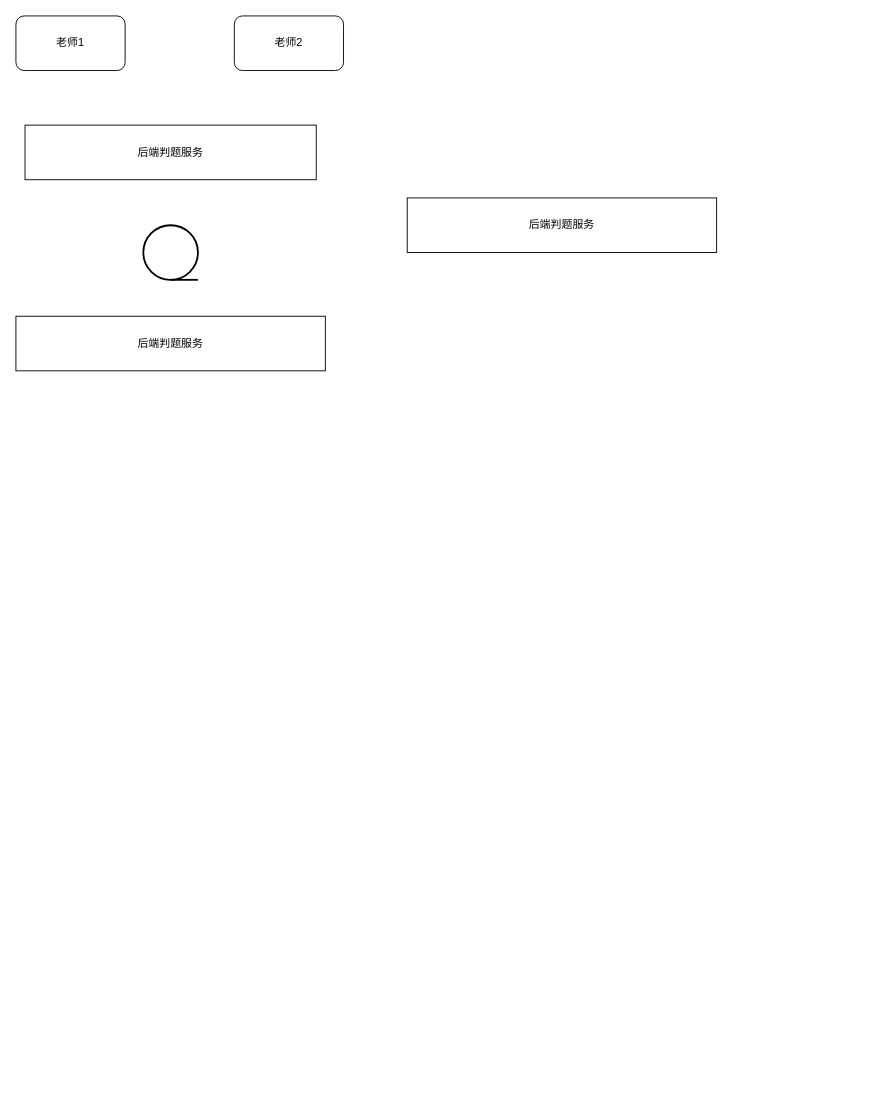
The draw.io diagram scratch后端判题.drawio in xiell2016/hetaoDesign, before the edit. Source tidied: cells renumbered, new cells numbered last; positions are measured from the earlier drawing's top-left corner, leaving out a move shared by most shapes. Both pictures are drawn from the tidied source at 91%, with x=0, y=0 at pixel (15, 15).
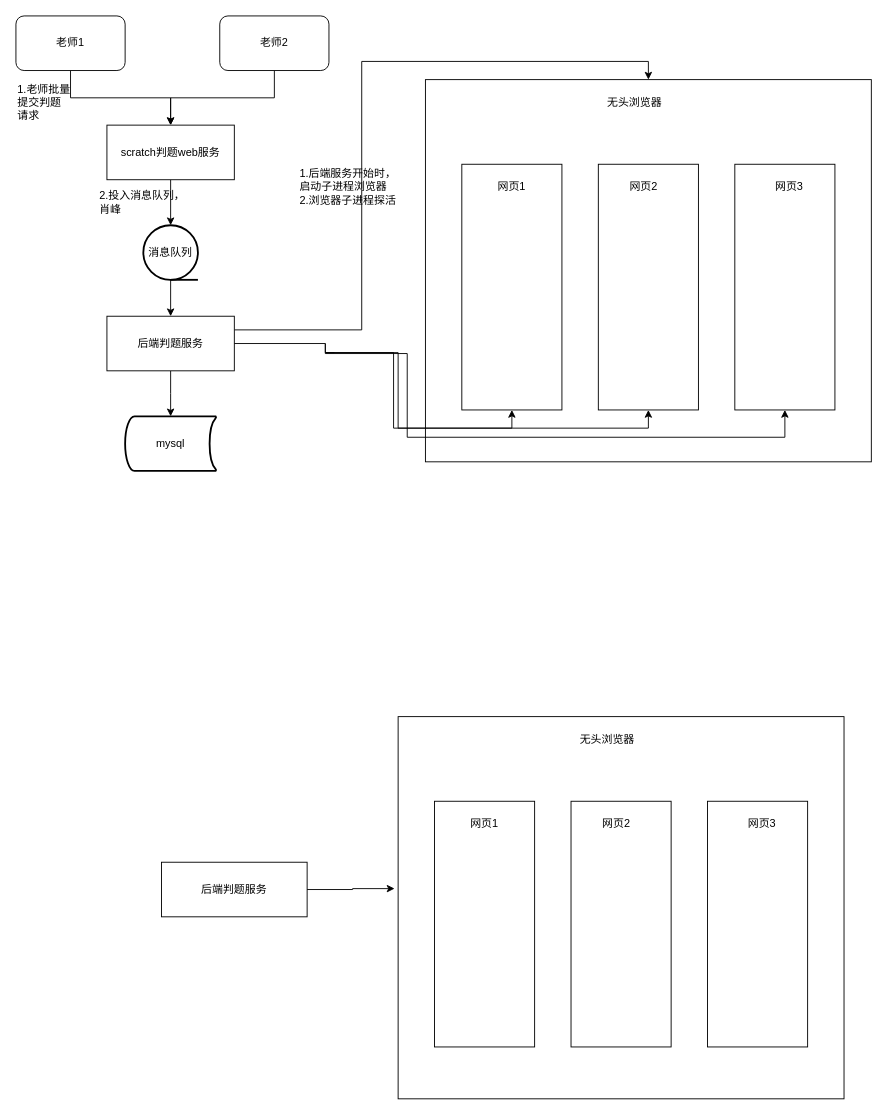
The same diagram, later.

Commit message (it also covers changes not shown here):
更新scratch后端判题.drawio

Unchanged cells that the change refers to:
```xml
<mxCell id="3" value="老师1" style="rounded=1;whiteSpace=wrap;html=1;" parent="1" vertex="1">
  <mxGeometry width="120" height="60" as="geometry" />
</mxCell>
```

The edit, as a diff of the source:
```diff
@@
+    <mxCell id="8" style="edgeStyle=orthogonalEdgeStyle;rounded=0;jettySize=auto;html=1;" parent="1" edge="1" source="2" target="6">
+      <mxGeometry relative="1" as="geometry" />
+    </mxCell>
-    <mxCell id="2" style="strokeWidth=2;html=1;shape=mxgraph.flowchart.sequential_data;whiteSpace=wrap;" parent="1" vertex="1">
+    <mxCell id="2" value="消息队列" style="strokeWidth=2;html=1;shape=mxgraph.flowchart.sequential_data;whiteSpace=wrap;" parent="1" vertex="1">
       <mxGeometry x="140" y="230" width="60" height="60" as="geometry" />
     </mxCell>
+    <mxCell id="9" style="edgeStyle=orthogonalEdgeStyle;rounded=0;jettySize=auto;html=1;exitX=0.5;exitY=1;exitDx=0;exitDy=0;entryX=0.5;entryY=0;entryDx=0;entryDy=0;" parent="1" edge="1" source="3" target="5">
+      <mxGeometry relative="1" as="geometry" />
+    </mxCell>
@@
+    <mxCell id="10" style="edgeStyle=orthogonalEdgeStyle;rounded=0;jettySize=auto;html=1;exitX=0.5;exitY=1;exitDx=0;exitDy=0;entryX=0.5;entryY=0;entryDx=0;entryDy=0;" parent="1" edge="1" source="4" target="5">
+      <mxGeometry relative="1" as="geometry" />
+    </mxCell>
     <mxCell id="4" value="老师2" style="rounded=1;whiteSpace=wrap;html=1;" parent="1" vertex="1">
-      <mxGeometry x="240" width="120" height="60" as="geometry" />
+      <mxGeometry x="224" width="120" height="60" as="geometry" />
     </mxCell>
+    <mxCell id="11" style="edgeStyle=orthogonalEdgeStyle;rounded=0;jettySize=auto;html=1;" parent="1" edge="1" source="5" target="2">
+      <mxGeometry relative="1" as="geometry" />
+    </mxCell>
-    <mxCell id="5" value="后端判题服务" style="rounded=0;whiteSpace=wrap;html=1;" parent="1" vertex="1">
-      <mxGeometry x="10" y="120" width="320" height="60" as="geometry" />
+    <mxCell id="5" value="scratch判题web服务" style="rounded=0;whiteSpace=wrap;html=1;" parent="1" vertex="1">
+      <mxGeometry x="100" y="120" width="140" height="60" as="geometry" />
     </mxCell>
+    <mxCell id="12" style="edgeStyle=orthogonalEdgeStyle;rounded=0;jettySize=auto;html=1;" parent="1" edge="1" source="6">
+      <mxGeometry relative="1" as="geometry">
+        <mxPoint x="170" y="440" as="targetPoint" />
+      </mxGeometry>
+    </mxCell>
+    <mxCell id="13" style="edgeStyle=orthogonalEdgeStyle;rounded=0;jettySize=auto;html=1;exitX=1;exitY=0.25;exitDx=0;exitDy=0;entryX=0.5;entryY=0;entryDx=0;entryDy=0;" parent="1" edge="1" source="6" target="14">
+      <mxGeometry relative="1" as="geometry">
+        <Array as="points">
+          <mxPoint x="380" y="345" />
+          <mxPoint x="380" y="50" />
+          <mxPoint x="695" y="50" />
+        </Array>
+      </mxGeometry>
+    </mxCell>
     <mxCell id="6" value="后端判题服务" style="rounded=0;whiteSpace=wrap;html=1;" parent="1" vertex="1">
-      <mxGeometry y="330" width="340" height="60" as="geometry" />
+      <mxGeometry x="100" y="330" width="140" height="60" as="geometry" />
     </mxCell>
+    <mxCell id="14" style="rounded=0;whiteSpace=wrap;html=1;" parent="1" vertex="1">
+      <mxGeometry x="450" y="70" width="490" height="420" as="geometry" />
+    </mxCell>
+    <mxCell id="15" style="edgeStyle=orthogonalEdgeStyle;rounded=0;jettySize=auto;html=1;exitX=1;exitY=0.5;exitDx=0;exitDy=0;entryX=0.5;entryY=1;entryDx=0;entryDy=0;" parent="1" edge="1" source="6" target="16">
+      <mxGeometry relative="1" as="geometry">
+        <Array as="points">
+          <mxPoint x="340" y="370" />
+          <mxPoint x="415" y="370" />
+          <mxPoint x="415" y="453" />
+          <mxPoint x="545" y="453" />
+        </Array>
+      </mxGeometry>
+    </mxCell>
+    <mxCell id="16" style="rounded=0;whiteSpace=wrap;html=1;" parent="1" vertex="1">
+      <mxGeometry x="490" y="163" width="110" height="270" as="geometry" />
+    </mxCell>
+    <mxCell id="17" style="rounded=0;whiteSpace=wrap;html=1;" parent="1" vertex="1">
+      <mxGeometry x="640" y="163" width="110" height="270" as="geometry" />
+    </mxCell>
+    <mxCell id="18" style="rounded=0;whiteSpace=wrap;html=1;" parent="1" vertex="1">
+      <mxGeometry x="790" y="163" width="110" height="270" as="geometry" />
+    </mxCell>
+    <mxCell id="19" value="无头浏览器" style="text;html=1;strokeColor=none;fillColor=none;align=center;verticalAlign=middle;whiteSpace=wrap;rounded=0;" parent="1" vertex="1">
+      <mxGeometry x="630" y="80" width="100" height="30" as="geometry" />
+    </mxCell>
+    <mxCell id="20" value="网页1" style="text;html=1;strokeColor=none;fillColor=none;align=center;verticalAlign=middle;whiteSpace=wrap;rounded=0;" parent="1" vertex="1">
+      <mxGeometry x="515" y="173" width="60" height="30" as="geometry" />
+    </mxCell>
+    <mxCell id="21" value="网页2" style="text;html=1;strokeColor=none;fillColor=none;align=center;verticalAlign=middle;whiteSpace=wrap;rounded=0;" parent="1" vertex="1">
+      <mxGeometry x="660" y="173" width="60" height="30" as="geometry" />
+    </mxCell>
+    <mxCell id="22" value="网页3" style="text;html=1;strokeColor=none;fillColor=none;align=center;verticalAlign=middle;whiteSpace=wrap;rounded=0;" parent="1" vertex="1">
+      <mxGeometry x="820" y="173" width="60" height="30" as="geometry" />
+    </mxCell>
+    <mxCell id="23" style="edgeStyle=orthogonalEdgeStyle;rounded=0;jettySize=auto;html=1;entryX=0.5;entryY=1;entryDx=0;entryDy=0;" parent="1" edge="1" target="17">
+      <mxGeometry relative="1" as="geometry">
+        <mxPoint x="340" y="360" as="sourcePoint" />
+        <Array as="points">
+          <mxPoint x="340" y="370" />
+          <mxPoint x="420" y="370" />
+          <mxPoint x="420" y="453" />
+          <mxPoint x="695" y="453" />
+        </Array>
+      </mxGeometry>
+    </mxCell>
+    <mxCell id="24" style="edgeStyle=orthogonalEdgeStyle;rounded=0;jettySize=auto;html=1;entryX=0.5;entryY=1;entryDx=0;entryDy=0;" parent="1" edge="1" target="18">
+      <mxGeometry relative="1" as="geometry">
+        <mxPoint x="350" y="370" as="sourcePoint" />
+        <Array as="points">
+          <mxPoint x="340" y="370" />
+          <mxPoint x="340" y="371" />
+          <mxPoint x="430" y="371" />
+          <mxPoint x="430" y="463" />
+          <mxPoint x="845" y="463" />
+        </Array>
+      </mxGeometry>
+    </mxCell>
     <mxCell id="7" value="后端判题服务" style="rounded=0;whiteSpace=wrap;html=1;" parent="1" vertex="1">
-      <mxGeometry x="430" y="200" width="340" height="60" as="geometry" />
+      <mxGeometry x="160" y="930" width="160" height="60" as="geometry" />
     </mxCell>
+    <mxCell id="25" style="rounded=0;whiteSpace=wrap;html=1;" parent="1" vertex="1">
+      <mxGeometry x="420" y="770" width="490" height="420" as="geometry" />
+    </mxCell>
+    <mxCell id="26" style="rounded=0;whiteSpace=wrap;html=1;" parent="1" vertex="1">
+      <mxGeometry x="460" y="863" width="110" height="270" as="geometry" />
+    </mxCell>
+    <mxCell id="27" style="rounded=0;whiteSpace=wrap;html=1;" parent="1" vertex="1">
+      <mxGeometry x="610" y="863" width="110" height="270" as="geometry" />
+    </mxCell>
+    <mxCell id="28" style="rounded=0;whiteSpace=wrap;html=1;" parent="1" vertex="1">
+      <mxGeometry x="760" y="863" width="110" height="270" as="geometry" />
+    </mxCell>
+    <mxCell id="29" value="无头浏览器" style="text;html=1;strokeColor=none;fillColor=none;align=center;verticalAlign=middle;whiteSpace=wrap;rounded=0;" parent="1" vertex="1">
+      <mxGeometry x="600" y="780" width="100" height="30" as="geometry" />
+    </mxCell>
+    <mxCell id="30" value="网页1" style="text;html=1;strokeColor=none;fillColor=none;align=center;verticalAlign=middle;whiteSpace=wrap;rounded=0;" parent="1" vertex="1">
+      <mxGeometry x="485" y="873" width="60" height="30" as="geometry" />
+    </mxCell>
+    <mxCell id="31" value="网页2" style="text;html=1;strokeColor=none;fillColor=none;align=center;verticalAlign=middle;whiteSpace=wrap;rounded=0;" parent="1" vertex="1">
+      <mxGeometry x="630" y="873" width="60" height="30" as="geometry" />
+    </mxCell>
+    <mxCell id="32" value="网页3" style="text;html=1;strokeColor=none;fillColor=none;align=center;verticalAlign=middle;whiteSpace=wrap;rounded=0;" parent="1" vertex="1">
+      <mxGeometry x="790" y="873" width="60" height="30" as="geometry" />
+    </mxCell>
+    <mxCell id="33" style="edgeStyle=orthogonalEdgeStyle;rounded=0;jettySize=auto;html=1;exitX=1;exitY=0.5;exitDx=0;exitDy=0;entryX=-0.008;entryY=0.45;entryDx=0;entryDy=0;entryPerimeter=0;" parent="1" edge="1" source="7" target="25">
+      <mxGeometry relative="1" as="geometry" />
+    </mxCell>
+    <mxCell id="34" value="mysql" style="strokeWidth=2;html=1;shape=mxgraph.flowchart.stored_data;whiteSpace=wrap;" parent="1" vertex="1">
+      <mxGeometry x="120" y="440" width="100" height="60" as="geometry" />
+    </mxCell>
+    <mxCell id="35" value="1.后端服务开始时，启动子进程浏览器&lt;br&gt;2.浏览器子进程探活" style="text;html=1;strokeColor=none;fillColor=none;align=left;verticalAlign=middle;whiteSpace=wrap;rounded=0;" parent="1" vertex="1">
+      <mxGeometry x="310" y="163" width="110" height="50" as="geometry" />
+    </mxCell>
+    <mxCell id="36" value="1.老师批量提交判题请求" style="text;html=1;strokeColor=none;fillColor=none;align=left;verticalAlign=middle;whiteSpace=wrap;rounded=0;" parent="1" vertex="1">
+      <mxGeometry y="80" width="60" height="30" as="geometry" />
+    </mxCell>
+    <mxCell id="37" value="2.投入消息队列，肖峰" style="text;html=1;strokeColor=none;fillColor=none;align=left;verticalAlign=middle;whiteSpace=wrap;rounded=0;" parent="1" vertex="1">
+      <mxGeometry x="90" y="190" width="100" height="30" as="geometry" />
+    </mxCell>
```
